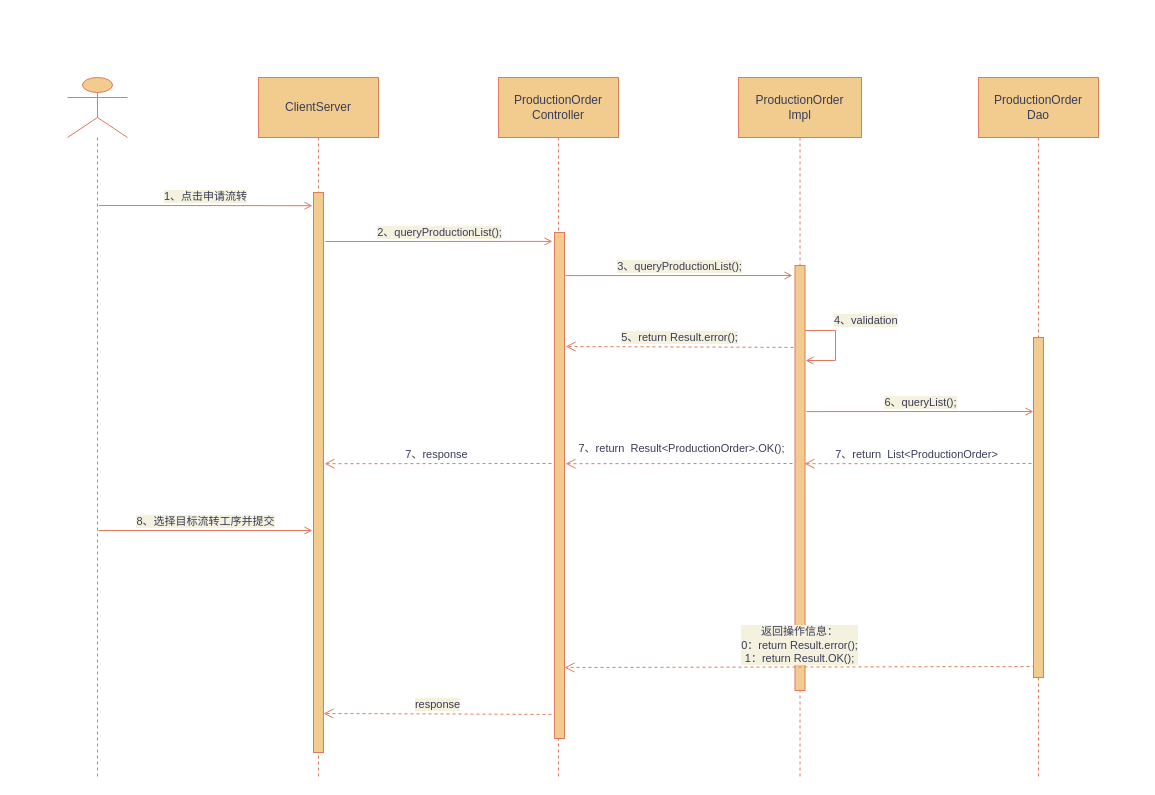
Before: page "工序流转" (8 of 8) of 时序图.drawio in KNAI-I/test, a draw.io diagram. Source tidied: cells renumbered, new cells numbered last; positions are measured from the earlier drawing's top-left corner, leaving out a move shared by most shapes. Both pictures are drawn from the tidied source at 100%, with x=0, y=0 at pixel (67, 77).
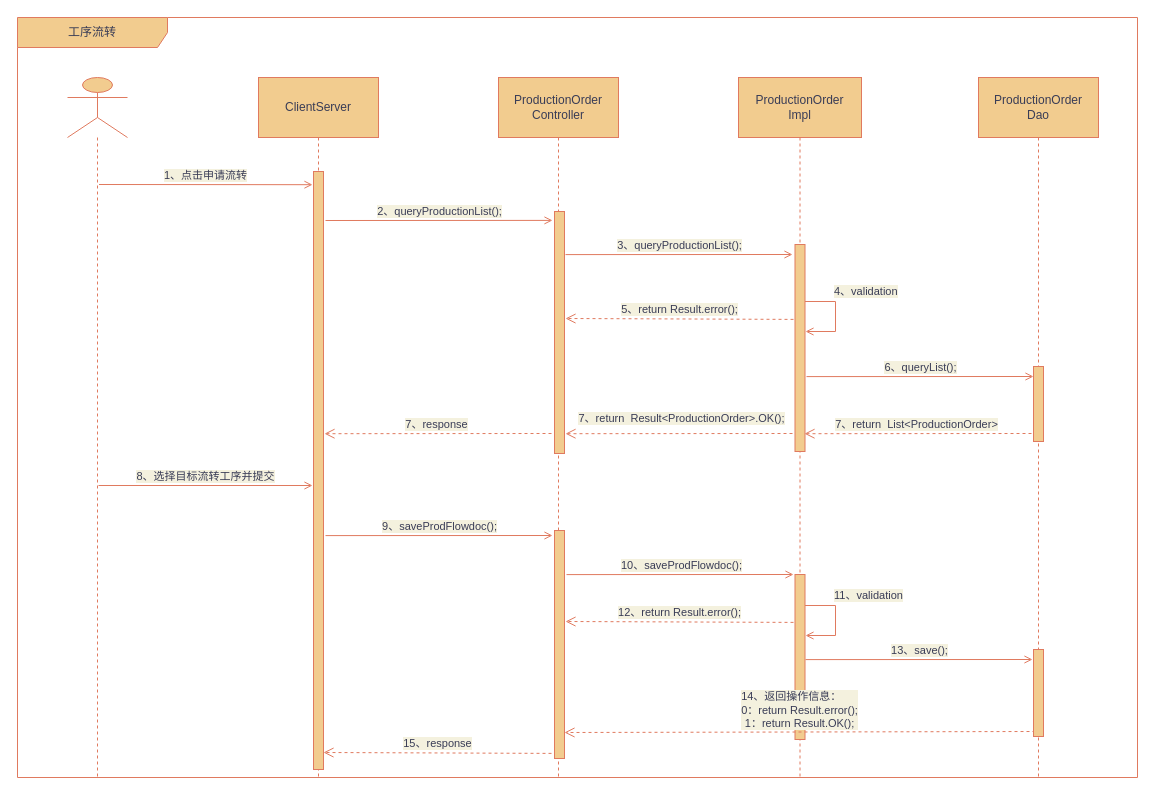
After the change.

Unchanged cells that the change refers to:
```xml
<mxCell id="3" value="ClientServer" style="shape=umlLifeline;perimeter=lifelinePerimeter;whiteSpace=wrap;html=1;size=60;fillColor=#F2CC8F;strokeColor=#E07A5F;fontColor=#393C56;" parent="1" vertex="1">
  <mxGeometry x="191" width="120" height="700" as="geometry" />
</mxCell>
<mxCell id="7" value="ProductionOrder&lt;br&gt;Controller" style="shape=umlLifeline;perimeter=lifelinePerimeter;whiteSpace=wrap;html=1;size=60;fillColor=#F2CC8F;strokeColor=#E07A5F;fontColor=#393C56;" parent="1" vertex="1">
  <mxGeometry x="431" width="120" height="700" as="geometry" />
</mxCell>
<mxCell id="9" value="ProductionOrder&lt;br&gt;Impl" style="shape=umlLifeline;perimeter=lifelinePerimeter;whiteSpace=wrap;html=1;size=60;fillColor=#F2CC8F;strokeColor=#E07A5F;fontColor=#393C56;" parent="1" vertex="1">
  <mxGeometry x="671" width="123" height="700" as="geometry" />
</mxCell>
<mxCell id="13" value="ProductionOrder&lt;br&gt;Dao" style="shape=umlLifeline;perimeter=lifelinePerimeter;whiteSpace=wrap;html=1;size=60;fillColor=#F2CC8F;strokeColor=#E07A5F;fontColor=#393C56;" parent="1" vertex="1">
  <mxGeometry x="911" width="120" height="700" as="geometry" />
</mxCell>
```

The edit, as a diff of the source:
```diff
@@
     <mxCell id="4" style="html=1;perimeter=orthogonalPerimeter;fillColor=#F2CC8F;strokeColor=#E07A5F;fontColor=#393C56;" parent="3" vertex="1">
-      <mxGeometry x="55" y="115" width="10" height="560" as="geometry" />
+      <mxGeometry x="55" y="94" width="10" height="598" as="geometry" />
     </mxCell>
-    <mxCell id="5" value="7、response" style="html=1;verticalAlign=bottom;endArrow=open;dashed=1;endSize=8;rounded=0;fontColor=#393C56;strokeColor=#E07A5F;fillColor=#F2CC8F;entryX=0.95;entryY=0.464;entryDx=0;entryDy=0;entryPerimeter=0;" parent="3" edge="1">
+    <mxCell id="5" value="7、response" style="html=1;verticalAlign=bottom;endArrow=open;dashed=1;endSize=8;rounded=0;fontColor=#393C56;strokeColor=#E07A5F;fillColor=#F2CC8F;entryX=0.95;entryY=0.464;entryDx=0;entryDy=0;entryPerimeter=0;labelBackgroundColor=#F4F1DE;" parent="3" edge="1">
       <mxGeometry x="0.01" relative="1" as="geometry">
-        <mxPoint x="293" y="386" as="sourcePoint" />
-        <mxPoint x="66" y="386.2" as="targetPoint" />
+        <mxPoint x="293" y="356" as="sourcePoint" />
+        <mxPoint x="66" y="356.2" as="targetPoint" />
       </mxGeometry>
     </mxCell>
     <mxCell id="6" value="1、点击申请流转" style="html=1;verticalAlign=bottom;endArrow=open;rounded=0;endFill=0;labelBackgroundColor=#F4F1DE;strokeColor=#E07A5F;fontColor=#393C56;entryX=-0.3;entryY=0.004;entryDx=0;entryDy=0;entryPerimeter=0;" parent="1" edge="1">
       <mxGeometry relative="1" as="geometry">
-        <mxPoint x="31.5" y="128" as="sourcePoint" />
-        <mxPoint x="245" y="128.2" as="targetPoint" />
+        <mxPoint x="31.5" y="107" as="sourcePoint" />
+        <mxPoint x="245" y="107.2" as="targetPoint" />
       </mxGeometry>
     </mxCell>
@@
     <mxCell id="8" style="html=1;perimeter=orthogonalPerimeter;fillColor=#F2CC8F;strokeColor=#E07A5F;fontColor=#393C56;" parent="7" vertex="1">
-      <mxGeometry x="56" y="155" width="10" height="506" as="geometry" />
+      <mxGeometry x="56" y="134" width="10" height="242" as="geometry" />
     </mxCell>
+    <mxCell id="23" style="html=1;perimeter=orthogonalPerimeter;fontColor=#393C56;strokeColor=#E07A5F;fillColor=#F2CC8F;" parent="7" vertex="1">
+      <mxGeometry x="56" y="453" width="10" height="228" as="geometry" />
+    </mxCell>
@@
     <mxCell id="10" style="html=1;perimeter=orthogonalPerimeter;fillColor=#F2CC8F;strokeColor=#E07A5F;fontColor=#393C56;" parent="9" vertex="1">
-      <mxGeometry x="56.5" y="188" width="10" height="425" as="geometry" />
+      <mxGeometry x="56.5" y="167" width="10" height="207" as="geometry" />
     </mxCell>
     <mxCell id="11" value="&lt;span style=&quot;font-size: 11px;&quot;&gt;4、validation&lt;/span&gt;" style="edgeStyle=orthogonalEdgeStyle;html=1;align=left;spacingLeft=2;endArrow=open;rounded=0;fontColor=#393C56;strokeColor=#E07A5F;fillColor=#F2CC8F;endFill=0;labelBackgroundColor=#F4F1DE;" parent="9" edge="1">
       <mxGeometry x="-0.45" y="10" relative="1" as="geometry">
-        <mxPoint x="66.5" y="253" as="sourcePoint" />
-        <mxPoint x="67" y="283" as="targetPoint" />
+        <mxPoint x="66.5" y="224" as="sourcePoint" />
+        <mxPoint x="67" y="254" as="targetPoint" />
         <Array as="points">
-          <mxPoint x="97" y="253" />
-          <mxPoint x="97" y="283" />
-          <mxPoint x="67" y="283" />
+          <mxPoint x="97" y="224" />
+          <mxPoint x="97" y="254" />
+          <mxPoint x="67" y="254" />
         </Array>
       </mxGeometry>
     </mxCell>
+    <mxCell id="24" style="html=1;perimeter=orthogonalPerimeter;fontColor=#393C56;strokeColor=#E07A5F;fillColor=#F2CC8F;" parent="9" vertex="1">
+      <mxGeometry x="56.5" y="497" width="10" height="165" as="geometry" />
+    </mxCell>
-    <mxCell id="12" value="&lt;span style=&quot;color: rgb(57, 60, 86); text-align: left; background-color: rgb(244, 241, 222);&quot;&gt;返回操作信息：&lt;/span&gt;&lt;br style=&quot;color: rgb(57, 60, 86); text-align: left;&quot;&gt;&lt;span style=&quot;color: rgb(57, 60, 86); text-align: left; background-color: rgb(244, 241, 222);&quot;&gt;0：return Result.error();&lt;/span&gt;&lt;br style=&quot;color: rgb(57, 60, 86); text-align: left;&quot;&gt;&lt;span style=&quot;color: rgb(57, 60, 86); text-align: left; background-color: rgb(244, 241, 222);&quot;&gt;1：return Result.OK();&lt;/span&gt;" style="html=1;verticalAlign=bottom;endArrow=open;dashed=1;endSize=8;exitX=0.1;exitY=0.868;rounded=0;labelBackgroundColor=#F4F1DE;strokeColor=#E07A5F;fontColor=#393C56;exitDx=0;exitDy=0;exitPerimeter=0;entryX=1;entryY=0.823;entryDx=0;entryDy=0;entryPerimeter=0;" parent="9" edge="1">
+    <mxCell id="12" value="&lt;div style=&quot;text-align: left;&quot;&gt;14、返回操作信息：&lt;/div&gt;&lt;span style=&quot;color: rgb(57, 60, 86); text-align: left; background-color: rgb(244, 241, 222);&quot;&gt;0：return Result.error();&lt;/span&gt;&lt;br style=&quot;color: rgb(57, 60, 86); text-align: left;&quot;&gt;&lt;span style=&quot;color: rgb(57, 60, 86); text-align: left; background-color: rgb(244, 241, 222);&quot;&gt;1：return Result.OK();&lt;/span&gt;" style="html=1;verticalAlign=bottom;endArrow=open;dashed=1;endSize=8;exitX=0.1;exitY=0.868;rounded=0;labelBackgroundColor=#F4F1DE;strokeColor=#E07A5F;fontColor=#393C56;exitDx=0;exitDy=0;exitPerimeter=0;entryX=1;entryY=0.823;entryDx=0;entryDy=0;entryPerimeter=0;" parent="9" edge="1">
       <mxGeometry relative="1" as="geometry">
-        <mxPoint x="297" y="589" as="sourcePoint" />
-        <mxPoint x="-174" y="590" as="targetPoint" />
+        <mxPoint x="297" y="654" as="sourcePoint" />
+        <mxPoint x="-174" y="655" as="targetPoint" />
       </mxGeometry>
     </mxCell>
@@
     <mxCell id="14" style="html=1;perimeter=orthogonalPerimeter;fillColor=#F2CC8F;strokeColor=#E07A5F;fontColor=#393C56;" parent="13" vertex="1">
-      <mxGeometry x="55" y="260" width="10" height="340" as="geometry" />
+      <mxGeometry x="55" y="289" width="10" height="75" as="geometry" />
     </mxCell>
-    <mxCell id="15" value="7、return&amp;nbsp; List&amp;lt;ProductionOrder&amp;gt;" style="html=1;verticalAlign=bottom;endArrow=open;dashed=1;endSize=8;rounded=0;fontColor=#393C56;strokeColor=#E07A5F;fillColor=#F2CC8F;entryX=0.95;entryY=0.464;entryDx=0;entryDy=0;entryPerimeter=0;" parent="13" edge="1">
+    <mxCell id="15" value="7、return&amp;nbsp; List&amp;lt;ProductionOrder&amp;gt;" style="html=1;verticalAlign=bottom;endArrow=open;dashed=1;endSize=8;rounded=0;fontColor=#393C56;strokeColor=#E07A5F;fillColor=#F2CC8F;entryX=0.95;entryY=0.464;entryDx=0;entryDy=0;entryPerimeter=0;labelBackgroundColor=#F4F1DE;" parent="13" edge="1">
       <mxGeometry x="0.01" relative="1" as="geometry">
-        <mxPoint x="53" y="386" as="sourcePoint" />
-        <mxPoint x="-174" y="386.2" as="targetPoint" />
+        <mxPoint x="53" y="356" as="sourcePoint" />
+        <mxPoint x="-174" y="356.2" as="targetPoint" />
       </mxGeometry>
     </mxCell>
+    <mxCell id="25" style="html=1;perimeter=orthogonalPerimeter;fontColor=#393C56;strokeColor=#E07A5F;fillColor=#F2CC8F;" parent="13" vertex="1">
+      <mxGeometry x="55" y="572" width="10" height="87" as="geometry" />
+    </mxCell>
     <mxCell id="16" value="2、queryProductionList();" style="html=1;verticalAlign=bottom;endArrow=open;rounded=0;fontColor=#393C56;strokeColor=#E07A5F;fillColor=#F2CC8F;endFill=0;entryX=0;entryY=0.01;entryDx=0;entryDy=0;entryPerimeter=0;labelBackgroundColor=#F4F1DE;" parent="1" edge="1">
       <mxGeometry relative="1" as="geometry">
-        <mxPoint x="258" y="164" as="sourcePoint" />
-        <mxPoint x="485" y="163.9" as="targetPoint" />
+        <mxPoint x="258" y="143" as="sourcePoint" />
+        <mxPoint x="485" y="142.9" as="targetPoint" />
       </mxGeometry>
     </mxCell>
     <mxCell id="17" value="3、queryProductionList();" style="html=1;verticalAlign=bottom;endArrow=open;rounded=0;fontColor=#393C56;strokeColor=#E07A5F;fillColor=#F2CC8F;endFill=0;entryX=0;entryY=0.01;entryDx=0;entryDy=0;entryPerimeter=0;labelBackgroundColor=#F4F1DE;" parent="1" edge="1">
       <mxGeometry relative="1" as="geometry">
-        <mxPoint x="498" y="198.1" as="sourcePoint" />
-        <mxPoint x="725" y="198" as="targetPoint" />
+        <mxPoint x="498" y="177.1" as="sourcePoint" />
+        <mxPoint x="725" y="177" as="targetPoint" />
       </mxGeometry>
     </mxCell>
     <mxCell id="18" value="5、return Result.error();" style="html=1;verticalAlign=bottom;endArrow=open;dashed=1;endSize=8;rounded=0;labelBackgroundColor=#F4F1DE;fontColor=#393C56;strokeColor=#E07A5F;fillColor=#F2CC8F;exitX=-0.15;exitY=0.159;exitDx=0;exitDy=0;exitPerimeter=0;" parent="1" edge="1">
       <mxGeometry relative="1" as="geometry">
-        <mxPoint x="726" y="269.9" as="sourcePoint" />
-        <mxPoint x="498" y="269" as="targetPoint" />
+        <mxPoint x="726" y="241.9" as="sourcePoint" />
+        <mxPoint x="498" y="241" as="targetPoint" />
       </mxGeometry>
     </mxCell>
     <mxCell id="19" value="6、queryList();" style="html=1;verticalAlign=bottom;endArrow=open;rounded=0;fontColor=#393C56;strokeColor=#E07A5F;fillColor=#F2CC8F;endFill=0;entryX=0;entryY=0.01;entryDx=0;entryDy=0;entryPerimeter=0;labelBackgroundColor=#F4F1DE;" parent="1" edge="1">
       <mxGeometry relative="1" as="geometry">
-        <mxPoint x="739" y="334.1" as="sourcePoint" />
-        <mxPoint x="966" y="334" as="targetPoint" />
+        <mxPoint x="739" y="299.1" as="sourcePoint" />
+        <mxPoint x="966" y="299" as="targetPoint" />
       </mxGeometry>
     </mxCell>
-    <mxCell id="20" value="response" style="html=1;verticalAlign=bottom;endArrow=open;dashed=1;endSize=8;rounded=0;labelBackgroundColor=#F4F1DE;fontColor=#393C56;strokeColor=#E07A5F;fillColor=#F2CC8F;exitX=-0.15;exitY=0.159;exitDx=0;exitDy=0;exitPerimeter=0;" parent="1" edge="1">
+    <mxCell id="20" value="15、response" style="html=1;verticalAlign=bottom;endArrow=open;dashed=1;endSize=8;rounded=0;labelBackgroundColor=#F4F1DE;fontColor=#393C56;strokeColor=#E07A5F;fillColor=#F2CC8F;exitX=-0.15;exitY=0.159;exitDx=0;exitDy=0;exitPerimeter=0;" parent="1" edge="1">
       <mxGeometry relative="1" as="geometry">
-        <mxPoint x="484" y="636.9" as="sourcePoint" />
-        <mxPoint x="256" y="636" as="targetPoint" />
+        <mxPoint x="484" y="675.9" as="sourcePoint" />
+        <mxPoint x="256" y="675" as="targetPoint" />
       </mxGeometry>
     </mxCell>
-    <mxCell id="21" value="7、return&amp;nbsp; Result&amp;lt;ProductionOrder&amp;gt;.OK();" style="html=1;verticalAlign=bottom;endArrow=open;dashed=1;endSize=8;rounded=0;fontColor=#393C56;strokeColor=#E07A5F;fillColor=#F2CC8F;entryX=0.95;entryY=0.464;entryDx=0;entryDy=0;entryPerimeter=0;" parent="1" edge="1">
+    <mxCell id="21" value="7、return&amp;nbsp; Result&amp;lt;ProductionOrder&amp;gt;.OK();" style="html=1;verticalAlign=bottom;endArrow=open;dashed=1;endSize=8;rounded=0;fontColor=#393C56;strokeColor=#E07A5F;fillColor=#F2CC8F;entryX=0.95;entryY=0.464;entryDx=0;entryDy=0;entryPerimeter=0;labelBackgroundColor=#F4F1DE;" parent="1" edge="1">
       <mxGeometry x="-0.02" y="-6" relative="1" as="geometry">
-        <mxPoint x="725" y="386" as="sourcePoint" />
-        <mxPoint x="498" y="386.2" as="targetPoint" />
+        <mxPoint x="725" y="356" as="sourcePoint" />
+        <mxPoint x="498" y="356.2" as="targetPoint" />
       </mxGeometry>
     </mxCell>
     <mxCell id="22" value="8、选择目标流转工序并提交" style="html=1;verticalAlign=bottom;endArrow=open;rounded=0;endFill=0;labelBackgroundColor=#F4F1DE;strokeColor=#E07A5F;fontColor=#393C56;" parent="1" edge="1">
       <mxGeometry relative="1" as="geometry">
-        <mxPoint x="31" y="453" as="sourcePoint" />
-        <mxPoint x="245" y="453" as="targetPoint" />
+        <mxPoint x="31" y="408" as="sourcePoint" />
+        <mxPoint x="245" y="408" as="targetPoint" />
       </mxGeometry>
     </mxCell>
+    <mxCell id="26" value="9、saveProdFlowdoc();" style="html=1;verticalAlign=bottom;endArrow=open;rounded=0;fontColor=#393C56;strokeColor=#E07A5F;fillColor=#F2CC8F;endFill=0;entryX=0;entryY=0.01;entryDx=0;entryDy=0;entryPerimeter=0;labelBackgroundColor=#F4F1DE;" parent="1" edge="1">
+      <mxGeometry relative="1" as="geometry">
+        <mxPoint x="258" y="458.1" as="sourcePoint" />
+        <mxPoint x="485" y="458" as="targetPoint" />
+      </mxGeometry>
+    </mxCell>
+    <mxCell id="27" value="10、saveProdFlowdoc();" style="html=1;verticalAlign=bottom;endArrow=open;rounded=0;fontColor=#393C56;strokeColor=#E07A5F;fillColor=#F2CC8F;endFill=0;entryX=0;entryY=0.01;entryDx=0;entryDy=0;entryPerimeter=0;labelBackgroundColor=#F4F1DE;" parent="1" edge="1">
+      <mxGeometry x="0.01" relative="1" as="geometry">
+        <mxPoint x="499" y="497.1" as="sourcePoint" />
+        <mxPoint x="726" y="497" as="targetPoint" />
+      </mxGeometry>
+    </mxCell>
+    <mxCell id="28" value="&lt;span style=&quot;font-size: 11px;&quot;&gt;11、validation&lt;/span&gt;" style="edgeStyle=orthogonalEdgeStyle;html=1;align=left;spacingLeft=2;endArrow=open;rounded=0;fontColor=#393C56;strokeColor=#E07A5F;fillColor=#F2CC8F;endFill=0;labelBackgroundColor=#F4F1DE;" parent="1" edge="1">
+      <mxGeometry x="-0.45" y="10" relative="1" as="geometry">
+        <mxPoint x="737.5" y="528" as="sourcePoint" />
+        <mxPoint x="738" y="558" as="targetPoint" />
+        <Array as="points">
+          <mxPoint x="768" y="528" />
+          <mxPoint x="768" y="558" />
+          <mxPoint x="738" y="558" />
+        </Array>
+      </mxGeometry>
+    </mxCell>
+    <mxCell id="29" value="12、return Result.error();" style="html=1;verticalAlign=bottom;endArrow=open;dashed=1;endSize=8;rounded=0;labelBackgroundColor=#F4F1DE;fontColor=#393C56;strokeColor=#E07A5F;fillColor=#F2CC8F;exitX=-0.15;exitY=0.159;exitDx=0;exitDy=0;exitPerimeter=0;" parent="1" edge="1">
+      <mxGeometry relative="1" as="geometry">
+        <mxPoint x="726" y="544.9" as="sourcePoint" />
+        <mxPoint x="498" y="544" as="targetPoint" />
+      </mxGeometry>
+    </mxCell>
+    <mxCell id="30" value="13、save();" style="html=1;verticalAlign=bottom;endArrow=open;rounded=0;fontColor=#393C56;strokeColor=#E07A5F;fillColor=#F2CC8F;endFill=0;entryX=0;entryY=0.01;entryDx=0;entryDy=0;entryPerimeter=0;labelBackgroundColor=#F4F1DE;" parent="1" edge="1">
+      <mxGeometry relative="1" as="geometry">
+        <mxPoint x="738" y="582.1" as="sourcePoint" />
+        <mxPoint x="965" y="582" as="targetPoint" />
+      </mxGeometry>
+    </mxCell>
+    <mxCell id="31" value="工序流转" style="shape=umlFrame;whiteSpace=wrap;html=1;fontColor=#393C56;strokeColor=#E07A5F;fillColor=#F2CC8F;width=150;height=30;" parent="1" vertex="1">
+      <mxGeometry x="-50" y="-60" width="1120" height="760" as="geometry" />
+    </mxCell>
```
